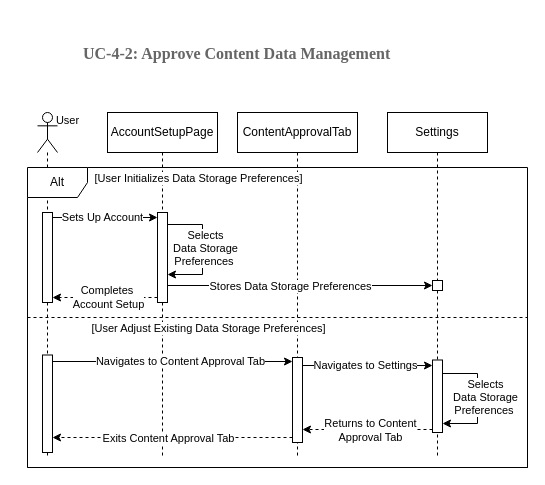
Above: SENG 321/SQD4-2.drawio in amirabdullahi1/gold (draw.io), before the change. Source tidied: cells renumbered, new cells numbered last; positions are measured from the earlier drawing's top-left corner, leaving out a move shared by most shapes. Both pictures are drawn from the tidied source at 100%, with x=0, y=0 at pixel (17, 17).
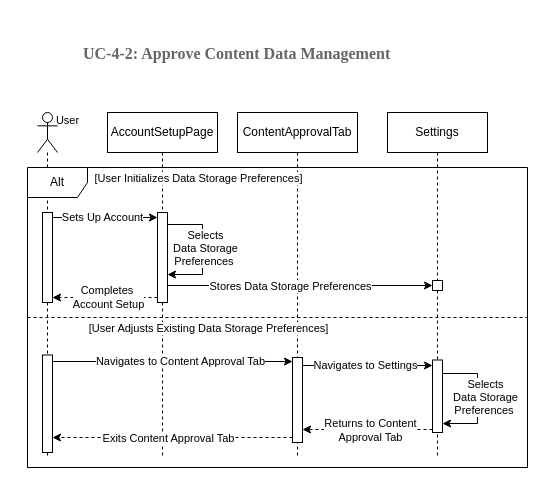
The same page after the edit.

Change to the diagram source:
```diff
@@
-    <mxCell id="35" value="[User Adjust Existing Data Storage Preferences]" style="edgeLabel;html=1;align=center;verticalAlign=middle;" parent="1" vertex="1">
+    <mxCell id="35" value="[User Adjusts Existing Data Storage Preferences]" style="edgeLabel;html=1;align=center;verticalAlign=middle;" parent="1" vertex="1">
       <mxGeometry x="190" y="310" as="geometry" />
     </mxCell>
```
